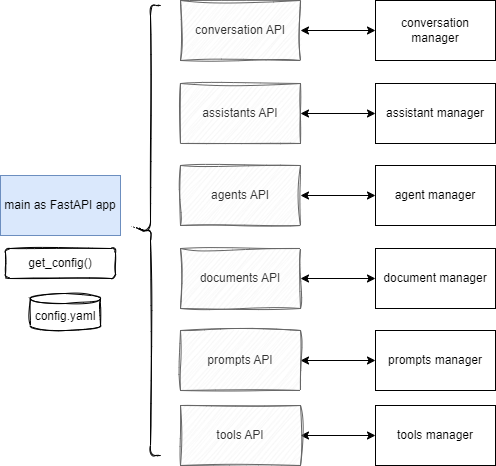
The draw.io diagram docs/diagrams/owl_backend_class.drawio.png in AthenaDecisionSystems/athena-owl-core, before a commit. Source tidied: cells renumbered, new cells last; positions are measured from the earlier drawing's top-left corner, leaving out a move shared by most shapes.
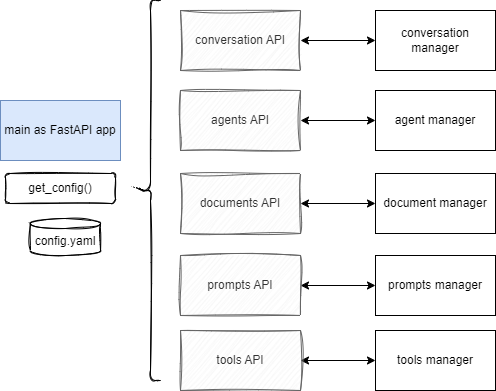
After the change.

Commit message:
update arch doc to remove assistant. Tune tests

What changed in the source:
```diff
@@ -9,14 +9,13 @@
       <mxGeometry relative="1" as="geometry" />
     </mxCell>
     <mxCell id="4" value="conversation API" style="rounded=0;whiteSpace=wrap;html=1;fillColor=#f5f5f5;strokeColor=#666666;fontColor=#333333;sketch=1;curveFitting=1;jiggle=2;" parent="1" vertex="1">
-      <mxGeometry x="180" width="120" height="60" as="geometry" />
+      <mxGeometry x="180" y="85" width="120" height="60" as="geometry" />
     </mxCell>
-    <mxCell id="5" style="edgeStyle=none;html=1;startArrow=classic;startFill=1;" parent="1" edge="1" source="6" target="17">
-      <mxGeometry relative="1" as="geometry" />
+    <mxCell id="5" style="edgeStyle=none;html=1;startArrow=classic;startFill=1;" parent="1" edge="1" target="x">
+      <mxGeometry relative="1" as="geometry">
+        <mxPoint x="300" y="113" as="sourcePoint" />
+      </mxGeometry>
     </mxCell>
-    <mxCell id="6" value="assistants API" style="rounded=0;whiteSpace=wrap;html=1;fillColor=#f5f5f5;strokeColor=#666666;fontColor=#333333;sketch=1;curveFitting=1;jiggle=2;" parent="1" vertex="1">
-      <mxGeometry x="180" y="83" width="120" height="60" as="geometry" />
-    </mxCell>
     <mxCell id="7" style="edgeStyle=none;html=1;startArrow=classic;startFill=1;" parent="1" edge="1" source="8" target="18">
       <mxGeometry relative="1" as="geometry" />
     </mxCell>
@@ -36,7 +35,7 @@
       <mxGeometry x="180" y="330" width="120" height="60" as="geometry" />
     </mxCell>
     <mxCell id="13" style="shape=curlyBracket;whiteSpace=wrap;html=1;rounded=1;labelPosition=left;verticalLabelPosition=middle;align=right;verticalAlign=middle;sketch=1;" parent="1" vertex="1">
-      <mxGeometry x="140" y="5" width="20" height="450" as="geometry" />
+      <mxGeometry x="140" y="75" width="20" height="380" as="geometry" />
     </mxCell>
     <mxCell id="14" value="get_config()" style="rounded=1;whiteSpace=wrap;html=1;sketch=1;" parent="1" vertex="1">
       <mxGeometry x="5" y="248" width="110" height="30" as="geometry" />
@@ -45,11 +44,8 @@
       <mxGeometry x="30" y="293" width="70" height="37" as="geometry" />
     </mxCell>
     <mxCell id="16" value="conversation manager" style="rounded=0;whiteSpace=wrap;html=1;" parent="1" vertex="1">
-      <mxGeometry x="375" width="120" height="60" as="geometry" />
+      <mxGeometry x="375" y="85" width="120" height="60" as="geometry" />
     </mxCell>
-    <mxCell id="17" value="assistant manager" style="rounded=0;whiteSpace=wrap;html=1;" parent="1" vertex="1">
-      <mxGeometry x="375" y="83" width="120" height="60" as="geometry" />
-    </mxCell>
     <mxCell id="18" value="agent manager" style="rounded=0;whiteSpace=wrap;html=1;" parent="1" vertex="1">
       <mxGeometry x="375" y="165" width="120" height="60" as="geometry" />
     </mxCell>
```
